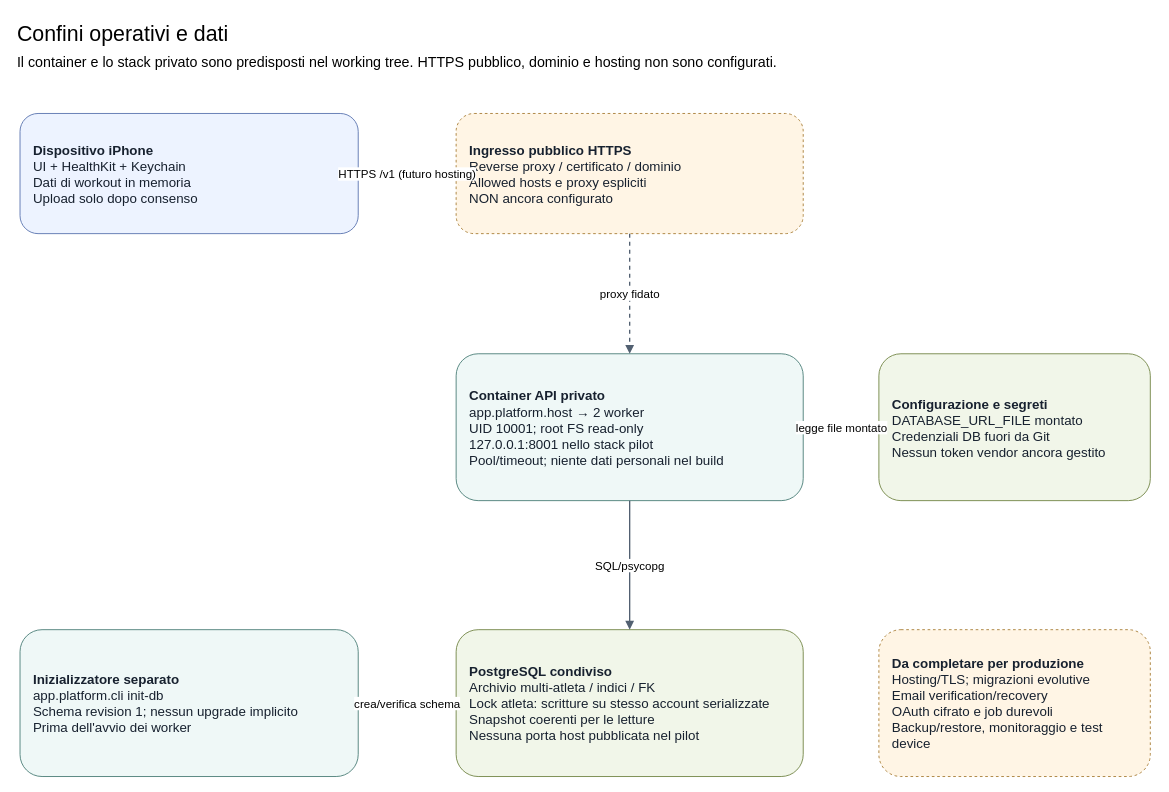
Earlier version of the draw.io diagram page "Confini operativi e dati" (6 of 8) of docs/architecture/endurance-coach.drawio (Tatonta/EnduranceCoach). Source tidied: cells renumbered, new cells numbered last; positions are measured from the earlier drawing's top-left corner, leaving out a move shared by most shapes. Both pictures are drawn from the tidied source at 89%, with x=0, y=0 at pixel (15, 15).
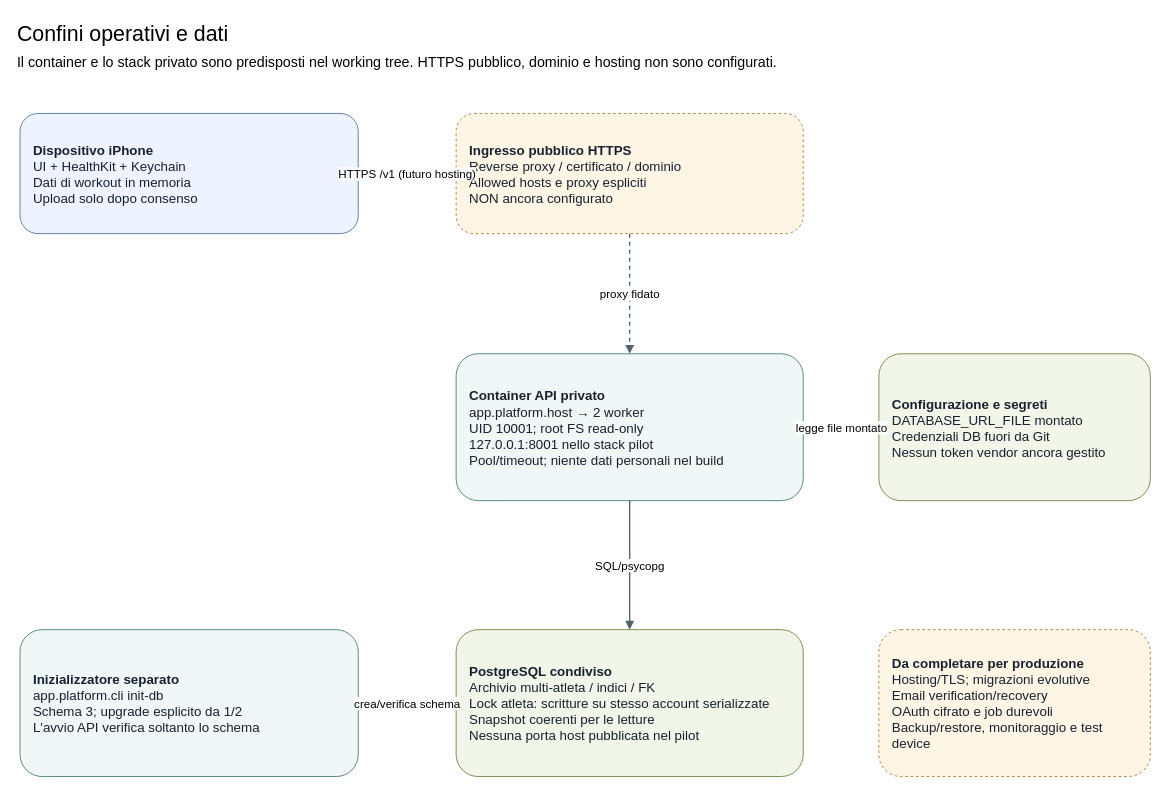
After the change.

What changed in the source:
```diff
@@
 <mxGraphModel>
   <root>
     <mxCell id="0" />
     <mxCell id="1" parent="0" />
     <mxCell id="2" value="Confini operativi e dati&lt;br&gt;&lt;font size='3'&gt;Il container e lo stack privato sono predisposti nel working tree. HTTPS pubblico, dominio e hosting non sono configurati.&lt;/font&gt;" style="text;html=1;align=left;verticalAlign=middle;fontSize=24;fontStyle=0;whiteSpace=wrap;" parent="1" vertex="1">
       <mxGeometry width="1280" height="70" as="geometry" />
     </mxCell>
     <mxCell id="3" value="&lt;b&gt;Dispositivo iPhone&lt;/b&gt;&lt;br&gt;UI + HealthKit + Keychain&lt;br&gt;Dati di workout in memoria&lt;br&gt;Upload solo dopo consenso" style="rounded=1;whiteSpace=wrap;html=1;align=left;verticalAlign=middle;spacing=15;fontSize=15;fillColor=#edf3ff;strokeColor=#5972ae;fontColor=#17212f;dashed=0;" parent="1" vertex="1">
       <mxGeometry x="5" y="110" width="380" height="135" as="geometry" />
     </mxCell>
     <mxCell id="4" value="&lt;b&gt;Ingresso pubblico HTTPS&lt;/b&gt;&lt;br&gt;Reverse proxy / certificato / dominio&lt;br&gt;Allowed hosts e proxy espliciti&lt;br&gt;NON ancora configurato" style="rounded=1;whiteSpace=wrap;html=1;align=left;verticalAlign=middle;spacing=15;fontSize=15;fillColor=#fff5e5;strokeColor=#a77d35;fontColor=#17212f;dashed=1;" parent="1" vertex="1">
       <mxGeometry x="495" y="110" width="390" height="135" as="geometry" />
     </mxCell>
     <mxCell id="5" value="&lt;b&gt;Container API privato&lt;/b&gt;&lt;br&gt;app.platform.host → 2 worker&lt;br&gt;UID 10001; root FS read-only&lt;br&gt;127.0.0.1:8001 nello stack pilot&lt;br&gt;Pool/timeout; niente dati personali nel build" style="rounded=1;whiteSpace=wrap;html=1;align=left;verticalAlign=middle;spacing=15;fontSize=15;fillColor=#eff8f7;strokeColor=#497d76;fontColor=#17212f;dashed=0;" parent="1" vertex="1">
       <mxGeometry x="495" y="380" width="390" height="165" as="geometry" />
     </mxCell>
     <mxCell id="6" value="&lt;b&gt;Configurazione e segreti&lt;/b&gt;&lt;br&gt;DATABASE_URL_FILE montato&lt;br&gt;Credenziali DB fuori da Git&lt;br&gt;Nessun token vendor ancora gestito" style="rounded=1;whiteSpace=wrap;html=1;align=left;verticalAlign=middle;spacing=15;fontSize=15;fillColor=#f1f6e9;strokeColor=#718544;fontColor=#17212f;dashed=0;" parent="1" vertex="1">
       <mxGeometry x="970" y="380" width="305" height="165" as="geometry" />
     </mxCell>
     <mxCell id="7" value="&lt;b&gt;PostgreSQL condiviso&lt;/b&gt;&lt;br&gt;Archivio multi-atleta / indici / FK&lt;br&gt;Lock atleta: scritture su stesso account serializzate&lt;br&gt;Snapshot coerenti per le letture&lt;br&gt;Nessuna porta host pubblicata nel pilot" style="rounded=1;whiteSpace=wrap;html=1;align=left;verticalAlign=middle;spacing=15;fontSize=15;fillColor=#f1f6e9;strokeColor=#718544;fontColor=#17212f;dashed=0;" parent="1" vertex="1">
       <mxGeometry x="495" y="690" width="390" height="165" as="geometry" />
     </mxCell>
-    <mxCell id="8" value="&lt;b&gt;Inizializzatore separato&lt;/b&gt;&lt;br&gt;app.platform.cli init-db&lt;br&gt;Schema revision 1; nessun upgrade implicito&lt;br&gt;Prima dell&amp;#x27;avvio dei worker" style="rounded=1;whiteSpace=wrap;html=1;align=left;verticalAlign=middle;spacing=15;fontSize=15;fillColor=#eff8f7;strokeColor=#497d76;fontColor=#17212f;dashed=0;" parent="1" vertex="1">
+    <mxCell id="8" value="&lt;b&gt;Inizializzatore separato&lt;/b&gt;&lt;br&gt;app.platform.cli init-db&lt;br&gt;Schema 3; upgrade esplicito da 1/2&lt;br&gt;L&amp;#x27;avvio API verifica soltanto lo schema" style="rounded=1;whiteSpace=wrap;html=1;align=left;verticalAlign=middle;spacing=15;fontSize=15;fillColor=#eff8f7;strokeColor=#497d76;fontColor=#17212f;dashed=0;" parent="1" vertex="1">
       <mxGeometry x="5" y="690" width="380" height="165" as="geometry" />
     </mxCell>
     <mxCell id="9" value="&lt;b&gt;Da completare per produzione&lt;/b&gt;&lt;br&gt;Hosting/TLS; migrazioni evolutive&lt;br&gt;Email verification/recovery&lt;br&gt;OAuth cifrato e job durevoli&lt;br&gt;Backup/restore, monitoraggio e test device" style="rounded=1;whiteSpace=wrap;html=1;align=left;verticalAlign=middle;spacing=15;fontSize=15;fillColor=#fff5e5;strokeColor=#a77d35;fontColor=#17212f;dashed=1;" parent="1" vertex="1">
       <mxGeometry x="970" y="690" width="305" height="165" as="geometry" />
     </mxCell>
     <mxCell id="10" value="HTTPS /v1 (futuro hosting)" style="edgeStyle=orthogonalEdgeStyle;rounded=0;html=1;endArrow=block;endFill=1;fontSize=13;strokeColor=#526071;strokeWidth=1.5;labelBackgroundColor=#ffffff;dashed=1;" parent="1" edge="1" source="3" target="4">
       <mxGeometry relative="1" as="geometry" />
     </mxCell>
     <mxCell id="11" value="proxy fidato" style="edgeStyle=orthogonalEdgeStyle;rounded=0;html=1;endArrow=block;endFill=1;fontSize=13;strokeColor=#526071;strokeWidth=1.5;labelBackgroundColor=#ffffff;dashed=1;" parent="1" edge="1" source="4" target="5">
       <mxGeometry relative="1" as="geometry" />
     </mxCell>
     <mxCell id="12" value="legge file montato" style="edgeStyle=orthogonalEdgeStyle;rounded=0;html=1;endArrow=block;endFill=1;fontSize=13;strokeColor=#526071;strokeWidth=1.5;labelBackgroundColor=#ffffff;dashed=0;" parent="1" edge="1" source="5" target="6">
       <mxGeometry relative="1" as="geometry" />
     </mxCell>
     <mxCell id="13" value="SQL/psycopg" style="edgeStyle=orthogonalEdgeStyle;rounded=0;html=1;endArrow=block;endFill=1;fontSize=13;strokeColor=#526071;strokeWidth=1.5;labelBackgroundColor=#ffffff;dashed=0;" parent="1" edge="1" source="5" target="7">
       <mxGeometry relative="1" as="geometry" />
     </mxCell>
     <mxCell id="14" value="crea/verifica schema" style="edgeStyle=orthogonalEdgeStyle;rounded=0;html=1;endArrow=block;endFill=1;fontSize=13;strokeColor=#526071;strokeWidth=1.5;labelBackgroundColor=#ffffff;dashed=0;" parent="1" edge="1" source="8" target="7">
       <mxGeometry relative="1" as="geometry" />
     </mxCell>
   </root>
 </mxGraphModel>
```
